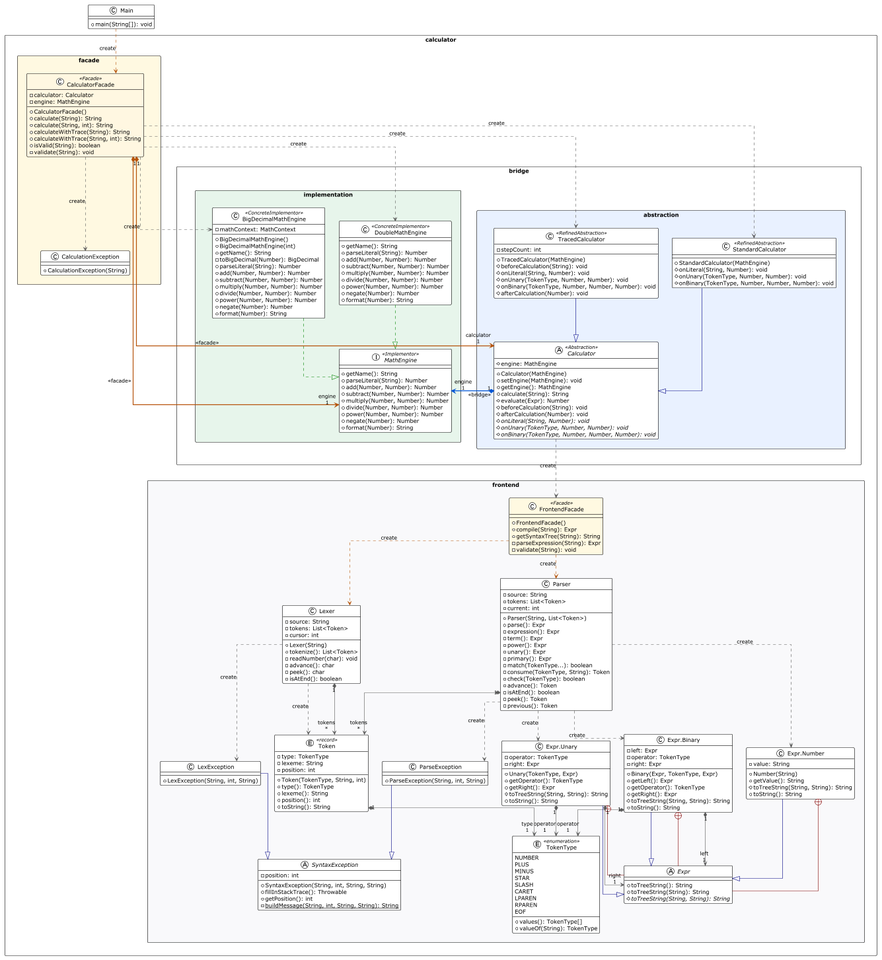
This is docs/uml_diagram.png from SailinEast/calculator-compiler-software-patterns, a PlantUML export, as it was before one commit.
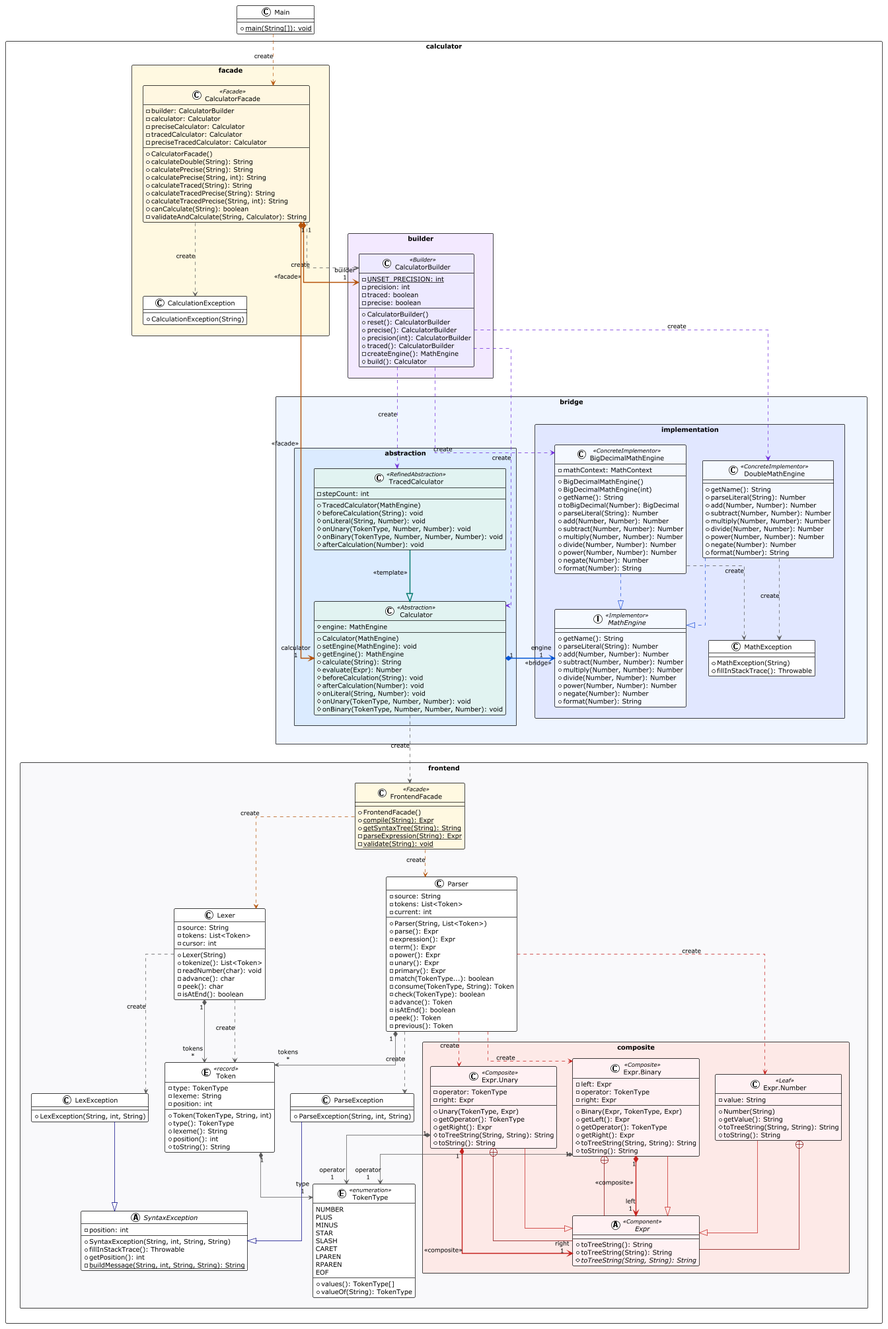
Above is the later version.

Diff of the diagram source:
```diff
@@ -8,10 +8,10 @@
 
   class FrontendFacade << Facade >> #FFF8E1 {
     + FrontendFacade()
-    + compile(String): Expr
-    + getSyntaxTree(String): String
-    - parseExpression(String): Expr
-    - validate(String): void
+    + {static} compile(String): Expr
+    + {static} getSyntaxTree(String): String
+    - {static} parseExpression(String): Expr
+    - {static} validate(String): void
   }
 
   abstract class SyntaxException {
@@ -90,70 +90,73 @@
     - previous(): Token
   }
 
-  abstract class Expr {
-    + toTreeString(): String
-    + toTreeString(String): String
-    # {abstract} toTreeString(String, String): String
-  }
+  package "composite" #FCE8E6 {
+    abstract class Expr << Component >> #FFF1F2 {
+      + toTreeString(): String
+      + toTreeString(String): String
+      # {abstract} toTreeString(String, String): String
+    }
 
-  class "Expr.Number" as Number {
-    - value: String
-    + Number(String)
-    + getValue(): String
-    # toTreeString(String, String): String
-    + toString(): String
-  }
+    class "Expr.Number" as Number << Leaf >> #FFF1F2 {
+      - value: String
+      + Number(String)
+      + getValue(): String
+      # toTreeString(String, String): String
+      + toString(): String
+    }
 
-  class "Expr.Binary" as Binary {
-    - left: Expr
-    - operator: TokenType
-    - right: Expr
-    + Binary(Expr, TokenType, Expr)
-    + getLeft(): Expr
-    + getOperator(): TokenType
-    + getRight(): Expr
-    # toTreeString(String, String): String
-    + toString(): String
-  }
+    class "Expr.Binary" as Binary << Composite >> #FFF1F2 {
+      - left: Expr
+      - operator: TokenType
+      - right: Expr
+      + Binary(Expr, TokenType, Expr)
+      + getLeft(): Expr
+      + getOperator(): TokenType
+      + getRight(): Expr
+      # toTreeString(String, String): String
+      + toString(): String
+    }
 
-  class "Expr.Unary" as Unary {
-    - operator: TokenType
-    - right: Expr
-    + Unary(TokenType, Expr)
-    + getOperator(): TokenType
-    + getRight(): Expr
-    # toTreeString(String, String): String
-    + toString(): String
+    class "Expr.Unary" as Unary << Composite >> #FFF1F2 {
+      - operator: TokenType
+      - right: Expr
+      + Unary(TokenType, Expr)
+      + getOperator(): TokenType
+      + getRight(): Expr
+      # toTreeString(String, String): String
+      + toString(): String
+    }
+
+    Binary              -[#C5221F,plain]-^  Expr
+    Binary              +-[#820000,plain]-  Expr
+    Binary             "1" *-[#C5221F,bold]-> "left\n1" Expr      : " «composite» "
+    Number              -[#C5221F,plain]-^  Expr
+    Number              +-[#820000,plain]-  Expr
+    Unary               -[#C5221F,plain]-^  Expr
+    Unary               +-[#820000,plain]-  Expr
+    Unary              "1" *-[#C5221F,bold]-> "right\n1" Expr     : " «composite» "
   }
 
   FrontendFacade        -[#B45309,dashed]->  Lexer                : "«create»"
   FrontendFacade        -[#B45309,dashed]->  Parser               : "«create»"
 
-  Binary                -[#000082,plain]-^  Expr
-  Binary                +-[#820000,plain]-  Expr
-  Binary               "1" *-[#595959,plain]-> "left\n1" Expr
   Binary               "1" *-[#595959,plain]-> "operator\n1" TokenType
-  Number                -[#000082,plain]-^  Expr
-  Number                +-[#820000,plain]-  Expr
-  Unary                 -[#000082,plain]-^  Expr
-  Unary                 +-[#820000,plain]-  Expr
-  Unary                "1" *-[#595959,plain]-> "right\n1" Expr
   Unary                "1" *-[#595959,plain]-> "operator\n1" TokenType
   Token                "1" *-[#595959,plain]-> "type\n1" TokenType
   Lexer                "1" *-[#595959,plain]-> "tokens\n*" Token
   Lexer                 -[#595959,dashed]->  Token                : "«create»"
   Lexer                 -[#595959,dashed]->  LexException         : "«create»"
-  Parser                -[#595959,dashed]->  Binary               : "«create»"
-  Parser                -[#595959,dashed]->  Number               : "«create»"
-  Parser                -[#595959,dashed]->  Unary                : "«create»"
+  Parser                -[#C5221F,dashed]->  Binary               : "«create»"
+  Parser                -[#C5221F,dashed]->  Number               : "«create»"
+  Parser                -[#C5221F,dashed]->  Unary                : "«create»"
   Parser                -[#595959,dashed]->  ParseException       : "«create»"
   Parser               "1" *-[#595959,plain]-> "tokens\n*" Token
 }
 
-package "calculator.bridge" {
+package "calculator.bridge" #EEF4FF {
 
-  package "abstraction" #E8F0FE {
-    abstract class Calculator << Abstraction >> {
+  package "abstraction" #DBEAFE {
+    class Calculator << Abstraction >> #E0F2F1 {
       # engine: MathEngine
       + Calculator(MathEngine)
       + setEngine(MathEngine): void
@@ -162,19 +165,12 @@
       # evaluate(Expr): Number
       # beforeCalculation(String): void
       # afterCalculation(Number): void
-      # {abstract} onLiteral(String, Number): void
-      # {abstract} onUnary(TokenType, Number, Number): void
-      # {abstract} onBinary(TokenType, Number, Number, Number): void
-    }
-
-    class StandardCalculator << RefinedAbstraction >> {
-      + StandardCalculator(MathEngine)
       # onLiteral(String, Number): void
       # onUnary(TokenType, Number, Number): void
       # onBinary(TokenType, Number, Number, Number): void
     }
 
-    class TracedCalculator << RefinedAbstraction >> {
+    class TracedCalculator << RefinedAbstraction >> #E0F2F1 {
       - stepCount: int
       + TracedCalculator(MathEngine)
       # beforeCalculation(String): void
@@ -184,12 +180,11 @@
       # afterCalculation(Number): void
     }
 
-    StandardCalculator    -[#000082,plain]-^  Calculator
-    TracedCalculator      -[#000082,plain]-^  Calculator
+    TracedCalculator      -[#00796B,bold]-^  Calculator           : " «template» "
   }
 
-  package "implementation" #E6F4EA {
-    interface MathEngine << Implementor >> {
+  package "implementation" #E0E7FF {
+    interface MathEngine << Implementor >> #F5F8FF {
       + getName(): String
       + parseLiteral(String): Number
       + add(Number, Number): Number
@@ -201,7 +196,7 @@
       + format(Number): String
     }
 
-    class DoubleMathEngine << ConcreteImplementor >> {
+    class DoubleMathEngine << ConcreteImplementor >> #F5F8FF {
       + getName(): String
       + parseLiteral(String): Number
       + add(Number, Number): Number
@@ -213,7 +208,7 @@
       + format(Number): String
     }
 
-    class BigDecimalMathEngine << ConcreteImplementor >> {
+    class BigDecimalMathEngine << ConcreteImplementor >> #F5F8FF {
       - mathContext: MathContext
       + BigDecimalMathEngine()
       + BigDecimalMathEngine(int)
@@ -229,8 +224,15 @@
       + format(Number): String
     }
 
-    DoubleMathEngine      -[#008200,dashed]-^  MathEngine
-    BigDecimalMathEngine  -[#008200,dashed]-^  MathEngine
+    class MathException {
+      + MathException(String)
+      + fillInStackTrace(): Throwable
+    }
+
+    DoubleMathEngine      -[#1D4ED8,dashed]-^  MathEngine
+    BigDecimalMathEngine  -[#1D4ED8,dashed]-^  MathEngine
+    DoubleMathEngine      -[#595959,dashed]->  MathException      : "«create»"
+    BigDecimalMathEngine  -[#595959,dashed]->  MathException      : "«create»"
   }
 
   abstraction -[hidden]right-> implementation
@@ -238,17 +240,38 @@
   Calculator "1" *-[#0055D4,bold]right-> "engine\n1" MathEngine : " «bridge» "
 }
 
+package "calculator.builder" #F3E8FF {
+  class CalculatorBuilder << Builder >> #EDE9FE {
+    - {static} UNSET_PRECISION: int
+    - precision: int
+    - traced: boolean
+    - precise: boolean
+    + CalculatorBuilder()
+    + reset(): CalculatorBuilder
+    + precise(): CalculatorBuilder
+    + precision(int): CalculatorBuilder
+    + traced(): CalculatorBuilder
+    - createEngine(): MathEngine
+    + build(): Calculator
+  }
+}
+
 package "calculator.facade" #FFF8E1 {
   class CalculatorFacade << Facade >> #FEF7E0 {
+    - builder: CalculatorBuilder
     - calculator: Calculator
-    - engine: MathEngine
+    - preciseCalculator: Calculator
+    - tracedCalculator: Calculator
+    - preciseTracedCalculator: Calculator
     + CalculatorFacade()
-    + calculate(String): String
-    + calculate(String, int): String
-    + calculateWithTrace(String): String
-    + calculateWithTrace(String, int): String
-    + isValid(String): boolean
-    - validate(String): void
+    + calculateDouble(String): String
+    + calculatePrecise(String): String
+    + calculatePrecise(String, int): String
+    + calculateTraced(String): String
+    + calculateTracedPrecise(String): String
+    + calculateTracedPrecise(String, int): String
+    + canCalculate(String): boolean
+    - validateAndCalculate(String, Calculator): String
   }
 
   class CalculationException {
@@ -259,20 +282,24 @@
 }
 
 class Main {
-  + main(String[]): void
+  + {static} main(String[]): void
 }
 
 "calculator.frontend" -[hidden]down-> "calculator.bridge"
-"calculator.bridge"   -[hidden]down-> "calculator.facade"
+"calculator.bridge"   -[hidden]down-> "calculator.builder"
+"calculator.builder"  -[hidden]down-> "calculator.facade"
 "calculator.facade"   -[hidden]down-> Main
 
 Calculator            -[#595959,dashed]->  FrontendFacade       : "«create»"
-CalculatorFacade     "1" *-[#B45309,bold]-> "calculator\n1" Calculator : " «facade» "
-CalculatorFacade     "1" *-[#B45309,bold]-> "engine\n1" MathEngine     : " «facade» "
-CalculatorFacade      -[#595959,dashed]->  StandardCalculator   : "«create»"
-CalculatorFacade      -[#595959,dashed]->  TracedCalculator     : "«create»"
-CalculatorFacade      -[#595959,dashed]->  DoubleMathEngine     : "«create»"
-CalculatorFacade      -[#595959,dashed]->  BigDecimalMathEngine : "«create»"
+
+CalculatorBuilder     -[#6D28D9,dashed]->  Calculator           : "«create»"
+CalculatorBuilder     -[#6D28D9,dashed]->  TracedCalculator     : "«create»"
+CalculatorBuilder     -[#6D28D9,dashed]->  DoubleMathEngine     : "«create»"
+CalculatorBuilder     -[#6D28D9,dashed]->  BigDecimalMathEngine : "«create»"
+
+CalculatorFacade     "1" *-[#B45309,bold]-> "builder\n1" CalculatorBuilder : " «facade» "
+CalculatorFacade     "1" *-[#B45309,bold]-> "calculator\n1" Calculator     : " «facade» "
+CalculatorFacade      -[#595959,dashed]->  CalculatorBuilder    : "«create»"
 
 Main                  -[#B45309,dashed]->  CalculatorFacade     : "«create»"
 
```
